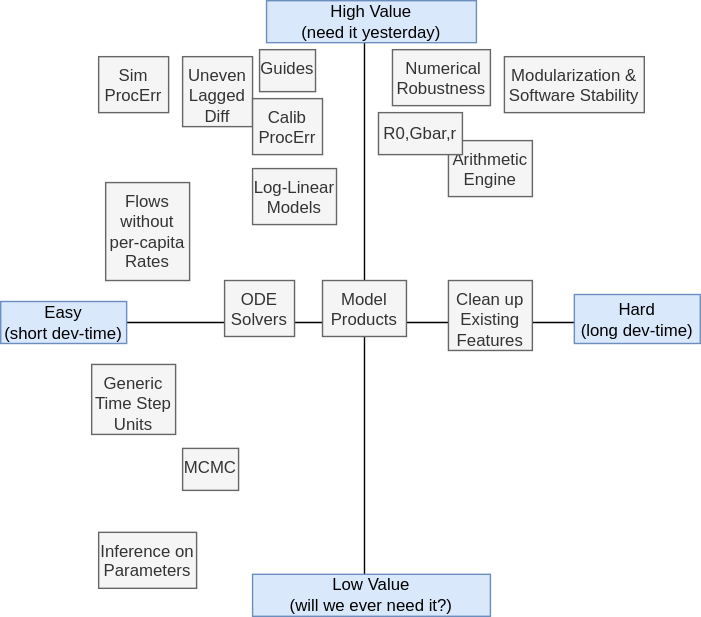
Above: assets/roadmap.svg in mac-theobio/McMasterPandemic (draw.io), before the change. Source tidied: cells renumbered, new cells last; positions are measured from the earlier drawing's top-left corner, leaving out a move shared by most shapes. Source of this version:
```xml
<mxGraphModel>
  <root>
    <mxCell id="0" />
    <mxCell id="1" parent="0" />
    <mxCell id="2" style="rounded=0;whiteSpace=wrap;html=1;strokeColor=none;" parent="1" vertex="1">
      <mxGeometry width="500" height="440" as="geometry" />
    </mxCell>
    <mxCell id="3" style="endArrow=none;html=1;align=center;" parent="1" edge="1">
      <mxGeometry relative="1" as="geometry">
        <mxPoint x="260" y="410" as="sourcePoint" />
        <mxPoint x="260" y="30" as="targetPoint" />
      </mxGeometry>
    </mxCell>
    <mxCell id="4" style="endArrow=none;html=1;align=center;" parent="1" edge="1" target="5">
      <mxGeometry relative="1" as="geometry">
        <mxPoint x="440" y="230" as="sourcePoint" />
      </mxGeometry>
    </mxCell>
    <mxCell id="5" value="Easy&lt;br&gt;(short dev-time)" style="text;html=1;strokeColor=#6c8ebf;fillColor=#dae8fc;align=center;verticalAlign=middle;whiteSpace=wrap;rounded=0;" parent="1" vertex="1">
      <mxGeometry y="215" width="90" height="30" as="geometry" />
    </mxCell>
    <mxCell id="6" value="Hard&lt;br&gt;(long dev-time)" style="text;html=1;strokeColor=#6c8ebf;fillColor=#dae8fc;align=center;verticalAlign=middle;whiteSpace=wrap;rounded=0;" parent="1" vertex="1">
      <mxGeometry x="410" y="210" width="90" height="35" as="geometry" />
    </mxCell>
    <mxCell id="7" value="High Value&lt;br&gt;(need it yesterday)" style="text;html=1;strokeColor=#6c8ebf;fillColor=#dae8fc;align=center;verticalAlign=middle;whiteSpace=wrap;rounded=0;" parent="1" vertex="1">
      <mxGeometry x="190" width="150" height="30" as="geometry" />
    </mxCell>
    <mxCell id="8" value="Low Value&lt;br&gt;(will we ever need it?)" style="text;html=1;strokeColor=#6c8ebf;fillColor=#dae8fc;align=center;verticalAlign=middle;whiteSpace=wrap;rounded=0;" parent="1" vertex="1">
      <mxGeometry x="180" y="410" width="170" height="30" as="geometry" />
    </mxCell>
    <mxCell id="9" value="Arithmetic Engine&lt;br&gt;" style="text;whiteSpace=wrap;html=1;fillColor=#f5f5f5;fontColor=#333333;strokeColor=#666666;align=center;" parent="1" vertex="1">
      <mxGeometry x="320" y="100" width="60" height="40" as="geometry" />
    </mxCell>
    <mxCell id="10" value="&amp;nbsp;Numerical Robustness" style="text;whiteSpace=wrap;html=1;fillColor=#f5f5f5;fontColor=#333333;strokeColor=#666666;align=center;" parent="1" vertex="1">
      <mxGeometry x="280" y="35" width="70" height="40" as="geometry" />
    </mxCell>
    <mxCell id="11" value="Inference on Parameters" style="text;whiteSpace=wrap;html=1;fillColor=#f5f5f5;fontColor=#333333;strokeColor=#666666;align=center;" parent="1" vertex="1">
      <mxGeometry x="70" y="380" width="70" height="40" as="geometry" />
    </mxCell>
    <mxCell id="12" value="Log-Linear Models" style="text;whiteSpace=wrap;html=1;fillColor=#f5f5f5;fontColor=#333333;strokeColor=#666666;align=center;" parent="1" vertex="1">
      <mxGeometry x="180" y="120" width="60" height="40" as="geometry" />
    </mxCell>
    <mxCell id="13" value="Sim ProcErr" style="text;whiteSpace=wrap;html=1;fillColor=#f5f5f5;fontColor=#333333;strokeColor=#666666;align=center;" parent="1" vertex="1">
      <mxGeometry x="70" y="40" width="50" height="40" as="geometry" />
    </mxCell>
    <mxCell id="14" value="Model Products" style="text;whiteSpace=wrap;html=1;fillColor=#f5f5f5;fontColor=#333333;strokeColor=#666666;align=center;" parent="1" vertex="1">
      <mxGeometry x="230" y="200" width="60" height="40" as="geometry" />
    </mxCell>
    <mxCell id="15" value="ODE Solvers" style="text;whiteSpace=wrap;html=1;fillColor=#f5f5f5;fontColor=#333333;strokeColor=#666666;align=center;" parent="1" vertex="1">
      <mxGeometry x="160" y="200" width="50" height="40" as="geometry" />
    </mxCell>
    <mxCell id="16" value="R0,Gbar,r" style="text;html=1;strokeColor=#666666;fillColor=#f5f5f5;align=center;verticalAlign=middle;whiteSpace=wrap;rounded=0;fontColor=#333333;" parent="1" vertex="1">
      <mxGeometry x="270" y="80" width="60" height="30" as="geometry" />
    </mxCell>
    <mxCell id="17" value="Generic Time Step Units" style="text;whiteSpace=wrap;html=1;fillColor=#f5f5f5;fontColor=#333333;strokeColor=#666666;align=center;" parent="1" vertex="1">
      <mxGeometry x="65" y="260" width="60" height="50" as="geometry" />
    </mxCell>
    <mxCell id="18" value="Flows without per-capita Rates" style="text;whiteSpace=wrap;html=1;fillColor=#f5f5f5;fontColor=#333333;strokeColor=#666666;align=center;" parent="1" vertex="1">
      <mxGeometry x="75" y="130" width="60" height="70" as="geometry" />
    </mxCell>
    <mxCell id="19" value="MCMC" style="text;whiteSpace=wrap;html=1;fillColor=#f5f5f5;fontColor=#333333;strokeColor=#666666;align=center;" parent="1" vertex="1">
      <mxGeometry x="130" y="320" width="40" height="30" as="geometry" />
    </mxCell>
    <mxCell id="20" value="Uneven Lagged Diff" style="text;whiteSpace=wrap;html=1;fillColor=#f5f5f5;fontColor=#333333;strokeColor=#666666;align=center;" parent="1" vertex="1">
      <mxGeometry x="130" y="40" width="50" height="50" as="geometry" />
    </mxCell>
    <mxCell id="21" value="Calib&lt;br&gt;ProcErr" style="text;whiteSpace=wrap;html=1;fillColor=#f5f5f5;fontColor=#333333;strokeColor=#666666;align=center;" parent="1" vertex="1">
      <mxGeometry x="180" y="70" width="50" height="40" as="geometry" />
    </mxCell>
    <mxCell id="22" value="Modularization &amp;amp; Software Stability" style="text;whiteSpace=wrap;html=1;fillColor=#f5f5f5;fontColor=#333333;strokeColor=#666666;align=center;" parent="1" vertex="1">
      <mxGeometry x="360" y="40" width="100" height="40" as="geometry" />
    </mxCell>
    <mxCell id="23" value="Clean up Existing Features" style="text;whiteSpace=wrap;html=1;fillColor=#f5f5f5;fontColor=#333333;strokeColor=#666666;align=center;" parent="1" vertex="1">
      <mxGeometry x="320" y="200" width="60" height="50" as="geometry" />
    </mxCell>
    <mxCell id="24" value="Guides" style="text;whiteSpace=wrap;html=1;fillColor=#f5f5f5;fontColor=#333333;strokeColor=#666666;align=center;" parent="1" vertex="1">
      <mxGeometry x="185" y="35" width="40" height="30" as="geometry" />
    </mxCell>
  </root>
</mxGraphModel>
```
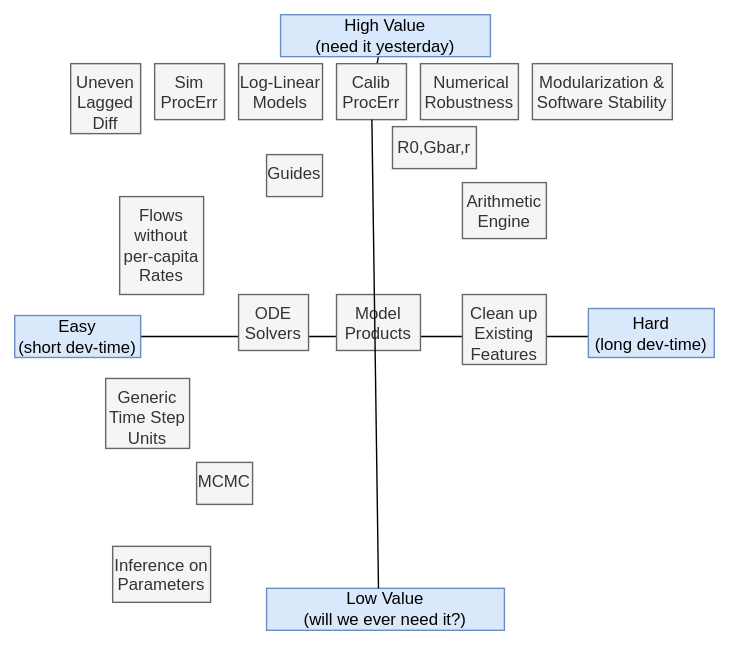
The same file after the commit.

Commit message:
roadmap priority update and pointers from docs

The edit, as a diff of the source:
```diff
@@ -3,11 +3,10 @@
     <mxCell id="0" />
     <mxCell id="1" parent="0" />
     <mxCell id="2" style="rounded=0;whiteSpace=wrap;html=1;strokeColor=none;" parent="1" vertex="1">
-      <mxGeometry width="500" height="440" as="geometry" />
+      <mxGeometry x="-10" y="-10" width="520" height="460" as="geometry" />
     </mxCell>
-    <mxCell id="3" style="endArrow=none;html=1;align=center;" parent="1" edge="1">
+    <mxCell id="3" style="endArrow=none;html=1;align=center;startArrow=none;" parent="1" edge="1" source="21">
       <mxGeometry relative="1" as="geometry">
-        <mxPoint x="260" y="410" as="sourcePoint" />
         <mxPoint x="260" y="30" as="targetPoint" />
       </mxGeometry>
     </mxCell>
@@ -29,19 +28,19 @@
       <mxGeometry x="180" y="410" width="170" height="30" as="geometry" />
     </mxCell>
     <mxCell id="9" value="Arithmetic Engine&lt;br&gt;" style="text;whiteSpace=wrap;html=1;fillColor=#f5f5f5;fontColor=#333333;strokeColor=#666666;align=center;" parent="1" vertex="1">
-      <mxGeometry x="320" y="100" width="60" height="40" as="geometry" />
+      <mxGeometry x="320" y="120" width="60" height="40" as="geometry" />
     </mxCell>
     <mxCell id="10" value="&amp;nbsp;Numerical Robustness" style="text;whiteSpace=wrap;html=1;fillColor=#f5f5f5;fontColor=#333333;strokeColor=#666666;align=center;" parent="1" vertex="1">
-      <mxGeometry x="280" y="35" width="70" height="40" as="geometry" />
+      <mxGeometry x="290" y="35" width="70" height="40" as="geometry" />
     </mxCell>
     <mxCell id="11" value="Inference on Parameters" style="text;whiteSpace=wrap;html=1;fillColor=#f5f5f5;fontColor=#333333;strokeColor=#666666;align=center;" parent="1" vertex="1">
       <mxGeometry x="70" y="380" width="70" height="40" as="geometry" />
     </mxCell>
     <mxCell id="12" value="Log-Linear Models" style="text;whiteSpace=wrap;html=1;fillColor=#f5f5f5;fontColor=#333333;strokeColor=#666666;align=center;" parent="1" vertex="1">
-      <mxGeometry x="180" y="120" width="60" height="40" as="geometry" />
+      <mxGeometry x="160" y="35" width="60" height="40" as="geometry" />
     </mxCell>
     <mxCell id="13" value="Sim ProcErr" style="text;whiteSpace=wrap;html=1;fillColor=#f5f5f5;fontColor=#333333;strokeColor=#666666;align=center;" parent="1" vertex="1">
-      <mxGeometry x="70" y="40" width="50" height="40" as="geometry" />
+      <mxGeometry x="100" y="35" width="50" height="40" as="geometry" />
     </mxCell>
     <mxCell id="14" value="Model Products" style="text;whiteSpace=wrap;html=1;fillColor=#f5f5f5;fontColor=#333333;strokeColor=#666666;align=center;" parent="1" vertex="1">
       <mxGeometry x="230" y="200" width="60" height="40" as="geometry" />
@@ -62,19 +61,24 @@
       <mxGeometry x="130" y="320" width="40" height="30" as="geometry" />
     </mxCell>
     <mxCell id="20" value="Uneven Lagged Diff" style="text;whiteSpace=wrap;html=1;fillColor=#f5f5f5;fontColor=#333333;strokeColor=#666666;align=center;" parent="1" vertex="1">
-      <mxGeometry x="130" y="40" width="50" height="50" as="geometry" />
+      <mxGeometry x="40" y="35" width="50" height="50" as="geometry" />
     </mxCell>
-    <mxCell id="21" value="Calib&lt;br&gt;ProcErr" style="text;whiteSpace=wrap;html=1;fillColor=#f5f5f5;fontColor=#333333;strokeColor=#666666;align=center;" parent="1" vertex="1">
-      <mxGeometry x="180" y="70" width="50" height="40" as="geometry" />
-    </mxCell>
     <mxCell id="22" value="Modularization &amp;amp; Software Stability" style="text;whiteSpace=wrap;html=1;fillColor=#f5f5f5;fontColor=#333333;strokeColor=#666666;align=center;" parent="1" vertex="1">
-      <mxGeometry x="360" y="40" width="100" height="40" as="geometry" />
+      <mxGeometry x="370" y="35" width="100" height="40" as="geometry" />
     </mxCell>
     <mxCell id="23" value="Clean up Existing Features" style="text;whiteSpace=wrap;html=1;fillColor=#f5f5f5;fontColor=#333333;strokeColor=#666666;align=center;" parent="1" vertex="1">
       <mxGeometry x="320" y="200" width="60" height="50" as="geometry" />
     </mxCell>
     <mxCell id="24" value="Guides" style="text;whiteSpace=wrap;html=1;fillColor=#f5f5f5;fontColor=#333333;strokeColor=#666666;align=center;" parent="1" vertex="1">
-      <mxGeometry x="185" y="35" width="40" height="30" as="geometry" />
+      <mxGeometry x="180" y="100" width="40" height="30" as="geometry" />
     </mxCell>
+    <mxCell id="21" value="Calib&lt;br&gt;ProcErr" style="text;whiteSpace=wrap;html=1;fillColor=#f5f5f5;fontColor=#333333;strokeColor=#666666;align=center;" parent="1" vertex="1">
+      <mxGeometry x="230" y="35" width="50" height="40" as="geometry" />
+    </mxCell>
+    <mxCell id="25" style="endArrow=none;html=1;align=center;" parent="1" edge="1" target="21">
+      <mxGeometry relative="1" as="geometry">
+        <mxPoint x="260" y="410" as="sourcePoint" />
+      </mxGeometry>
+    </mxCell>
   </root>
 </mxGraphModel>
```
